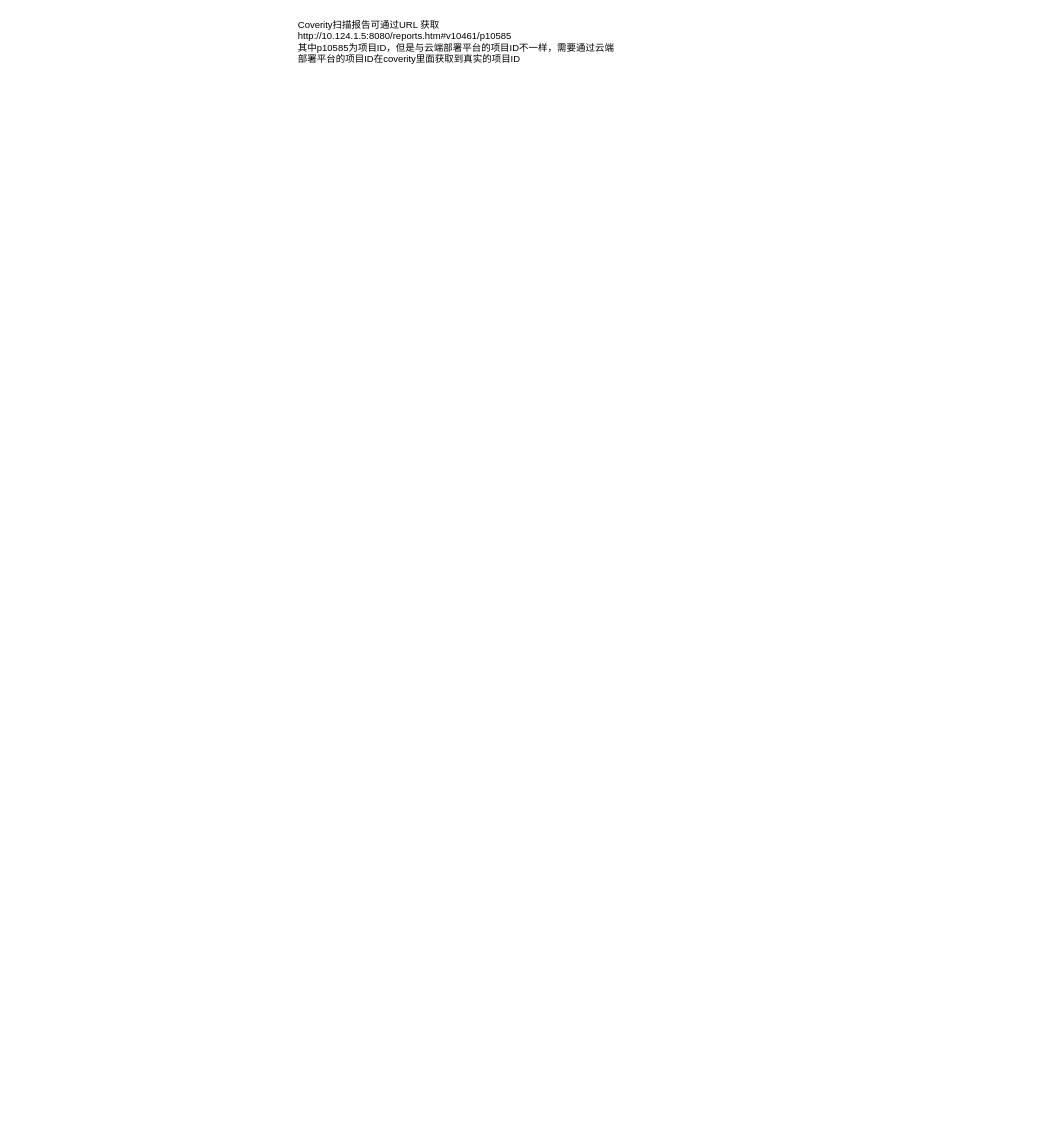
jenkinZhou/online-face keeps this draw.io diagram as 展示corvity报告.drawio. Above is the earlier version. Source tidied: cells renumbered, new cells numbered last; positions are measured from the earlier drawing's top-left corner, leaving out a move shared by most shapes. Both pictures are drawn from the tidied source at 79%, with x=0, y=0 at pixel (296, 13).
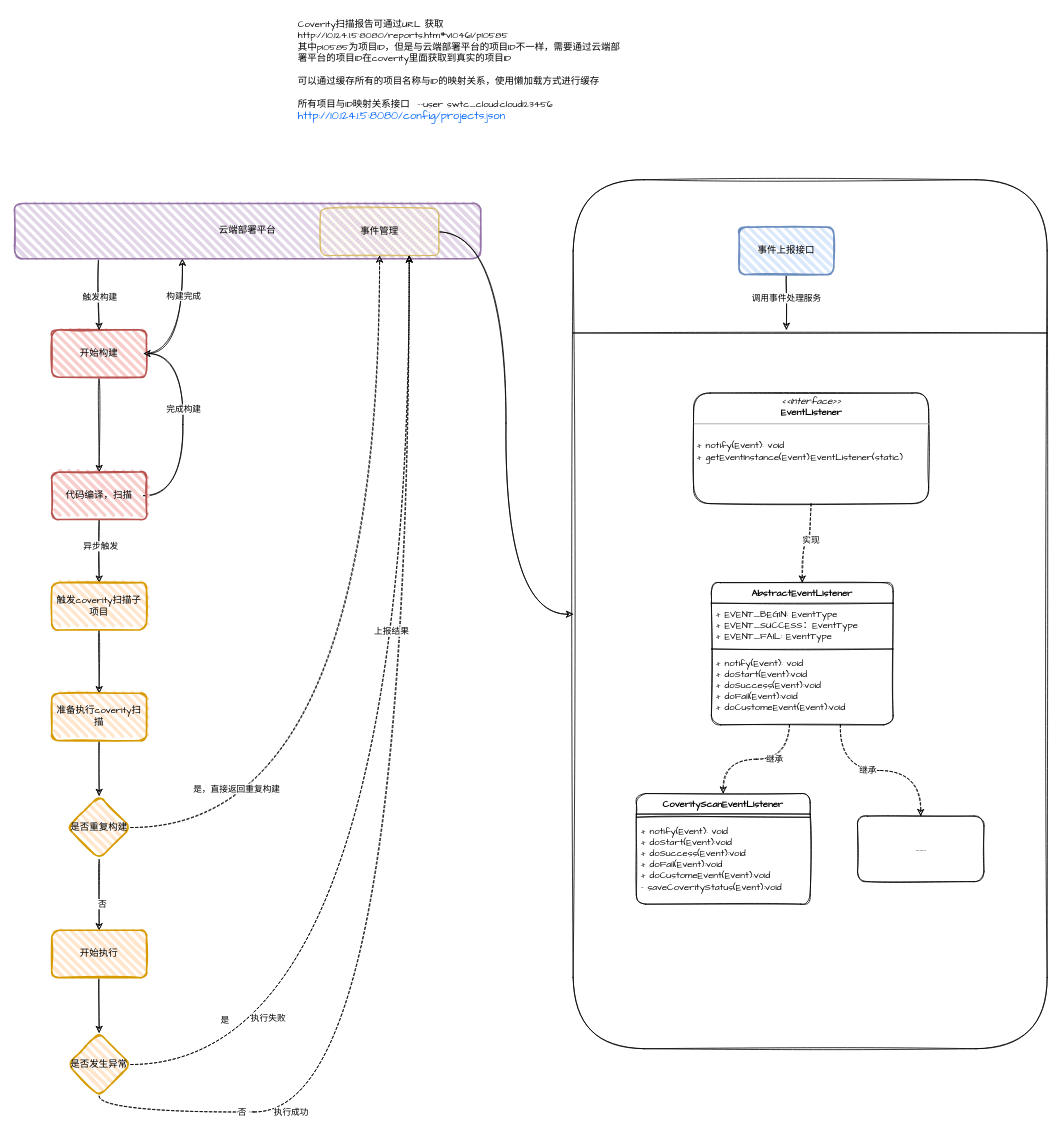
The same diagram, later.

Commit message:
更新展示corvity报告.drawio

Diff of the diagram source:
```diff
@@
-    <mxCell id="2" value="Coverity扫描报告可通过URL 获取&lt;br&gt;http://10.124.1.5:8080/reports.htm#v10461/p10585&lt;br&gt;其中p10585为项目ID，但是与云端部署平台的项目ID不一样，需要通过云端部署平台的项目ID在coverity里面获取到真实的项目ID" style="text;html=1;strokeColor=none;fillColor=none;align=left;verticalAlign=top;whiteSpace=wrap;rounded=0;" parent="1" vertex="1">
+    <mxCell id="2" value="Coverity扫描报告可通过URL 获取&lt;br&gt;http://10.124.1.5:8080/reports.htm#v10461/p10585&lt;br&gt;其中p10585为项目ID，但是与云端部署平台的项目ID不一样，需要通过云端部署平台的项目ID在coverity里面获取到真实的项目ID&lt;br&gt;&lt;br&gt;可以通过缓存所有的项目名称与ID的映射关系，使用懒加载方式进行缓存&lt;br&gt;&lt;br&gt;所有项目与ID映射关系接口&amp;nbsp;&amp;nbsp;--user swtc_cloud:cloud123456&lt;br&gt;&lt;a style=&quot;margin: 0px; padding: 0px; box-sizing: border-box; background-color: rgb(255, 255, 255); font-size: 14px; color: rgb(0, 102, 255);&quot; target=&quot;_blank&quot;&gt;http://10.124.1.5:8080/config/projects.json&lt;br&gt;&lt;br&gt;&lt;/a&gt;" style="text;html=1;strokeColor=none;fillColor=none;align=left;verticalAlign=top;whiteSpace=wrap;rounded=1;fontFamily=Comic Sans MS;sketch=1;" parent="1" vertex="1">
       <mxGeometry width="410" height="160" as="geometry" />
     </mxCell>
+    <mxCell id="3" style="edgeStyle=orthogonalEdgeStyle;rounded=1;jettySize=auto;html=1;fontFamily=Comic Sans MS;sketch=1;curved=1;" parent="1" edge="1" source="6" target="11">
+      <mxGeometry relative="1" as="geometry" />
+    </mxCell>
+    <mxCell id="4" style="edgeStyle=orthogonalEdgeStyle;rounded=1;jettySize=auto;html=1;exitX=1;exitY=0.5;exitDx=0;exitDy=0;entryX=0.36;entryY=1;entryDx=0;entryDy=0;entryPerimeter=0;fontFamily=Comic Sans MS;sketch=1;curved=1;" parent="1" edge="1" source="6" target="16">
+      <mxGeometry relative="1" as="geometry" />
+    </mxCell>
+    <mxCell id="5" value="构建完成" style="edgeLabel;html=1;align=center;verticalAlign=middle;fontFamily=Comic Sans MS;rounded=1;sketch=1;" parent="4" vertex="1">
+      <mxGeometry x="0.44" y="-1" relative="1" as="geometry" />
+    </mxCell>
+    <mxCell id="6" value="开始构建" style="rounded=1;whiteSpace=wrap;html=1;strokeWidth=2;fillWeight=4;hachureGap=8;hachureAngle=45;fillColor=#f8cecc;sketch=1;strokeColor=#b85450;fontFamily=Comic Sans MS;" parent="1" vertex="1">
+      <mxGeometry x="-310" y="400" width="120" height="60" as="geometry" />
+    </mxCell>
+    <mxCell id="7" style="edgeStyle=orthogonalEdgeStyle;rounded=1;jettySize=auto;html=1;fontFamily=Comic Sans MS;sketch=1;curved=1;" parent="1" edge="1" source="11" target="13">
+      <mxGeometry relative="1" as="geometry">
+        <Array as="points">
+          <mxPoint x="-250" y="670" />
+          <mxPoint x="-250" y="670" />
+        </Array>
+      </mxGeometry>
+    </mxCell>
+    <mxCell id="8" value="异步触发" style="edgeLabel;html=1;align=center;verticalAlign=middle;fontFamily=Comic Sans MS;rounded=1;sketch=1;" parent="7" vertex="1">
+      <mxGeometry x="-0.18" y="1" relative="1" as="geometry" />
+    </mxCell>
+    <mxCell id="9" style="edgeStyle=orthogonalEdgeStyle;rounded=1;orthogonalLoop=1;jettySize=auto;html=1;exitX=1;exitY=0.5;exitDx=0;exitDy=0;entryX=1;entryY=0.5;entryDx=0;entryDy=0;fontFamily=Comic Sans MS;sketch=1;curved=1;" parent="1" edge="1">
+      <mxGeometry relative="1" as="geometry">
+        <mxPoint x="-194" y="610" as="sourcePoint" />
+        <mxPoint x="-194" y="430" as="targetPoint" />
+        <Array as="points">
+          <mxPoint x="-144" y="610" />
+          <mxPoint x="-144" y="430" />
+        </Array>
+      </mxGeometry>
+    </mxCell>
+    <mxCell id="10" value="完成构建" style="edgeLabel;html=1;align=center;verticalAlign=middle;fontFamily=Comic Sans MS;rounded=1;sketch=1;" parent="9" vertex="1">
+      <mxGeometry x="0.14" relative="1" as="geometry" />
+    </mxCell>
+    <mxCell id="11" value="代码编译，扫描" style="rounded=1;whiteSpace=wrap;html=1;strokeWidth=2;fillWeight=4;hachureGap=8;hachureAngle=45;fillColor=#f8cecc;sketch=1;strokeColor=#b85450;fontFamily=Comic Sans MS;" parent="1" vertex="1">
+      <mxGeometry x="-310" y="580" width="120" height="60" as="geometry" />
+    </mxCell>
+    <mxCell id="12" style="edgeStyle=orthogonalEdgeStyle;rounded=1;jettySize=auto;html=1;fontFamily=Comic Sans MS;sketch=1;curved=1;" parent="1" edge="1" source="13" target="20">
+      <mxGeometry relative="1" as="geometry" />
+    </mxCell>
+    <mxCell id="13" value="触发coverity扫描子项目" style="whiteSpace=wrap;html=1;fillColor=#ffe6cc;strokeColor=#d79b00;rounded=1;strokeWidth=2;fillWeight=4;hachureGap=8;hachureAngle=45;sketch=1;fontFamily=Comic Sans MS;" parent="1" vertex="1">
+      <mxGeometry x="-310" y="720" width="120" height="60" as="geometry" />
+    </mxCell>
+    <mxCell id="14" style="edgeStyle=orthogonalEdgeStyle;rounded=1;jettySize=auto;html=1;exitX=0.18;exitY=1;exitDx=0;exitDy=0;exitPerimeter=0;entryX=0.5;entryY=0;entryDx=0;entryDy=0;fontFamily=Comic Sans MS;sketch=1;curved=1;" parent="1" edge="1" source="16" target="6">
+      <mxGeometry relative="1" as="geometry" />
+    </mxCell>
+    <mxCell id="15" value="触发构建" style="edgeLabel;html=1;align=center;verticalAlign=middle;fontFamily=Comic Sans MS;rounded=1;sketch=1;" parent="14" vertex="1">
+      <mxGeometry x="0.09" relative="1" as="geometry" />
+    </mxCell>
+    <mxCell id="16" value="云端部署平台" style="rounded=1;whiteSpace=wrap;html=1;strokeWidth=2;fillWeight=4;hachureGap=8;hachureAngle=45;fillColor=#e1d5e7;sketch=1;strokeColor=#9673a6;points=[[0,0,0,0,0],[0,0.26,0,0,0],[0,0.5,0,0,0],[0,0.74,0,0,0],[0,1,0,0,0],[0.09,1,0,0,0],[0.18,1,0,0,0],[0.25,0,0,0,0],[0.25,1,0,0,0],[0.27,1,0,0,0],[0.36,1,0,0,0],[0.45,1,0,0,0],[0.5,0,0,0,0],[0.5,1,0,0,0],[0.55,1,0,0,0],[0.64,1,0,0,0],[0.73,1,0,0,0],[0.75,0,0,0,0],[0.75,1,0,0,0],[0.82,1,0,0,0],[0.91,1,0,0,0],[1,0,0,0,0],[1,0.26,0,0,0],[1,0.5,0,0,0],[1,0.76,0,0,0],[1,1,0,0,0]];fontFamily=Comic Sans MS;" parent="1" vertex="1">
+      <mxGeometry x="-357" y="240" width="590" height="70" as="geometry" />
+    </mxCell>
+    <mxCell id="17" style="edgeStyle=orthogonalEdgeStyle;rounded=1;jettySize=auto;html=1;exitX=1;exitY=0.5;exitDx=0;exitDy=0;entryX=0;entryY=0.5;entryDx=0;entryDy=0;fontFamily=Comic Sans MS;sketch=1;curved=1;" parent="1" edge="1" source="18" target="36">
+      <mxGeometry relative="1" as="geometry" />
+    </mxCell>
+    <mxCell id="18" value="事件管理" style="rounded=1;whiteSpace=wrap;html=1;fillColor=#fff2cc;strokeColor=#d6b656;fontFamily=Comic Sans MS;sketch=1;" parent="1" vertex="1">
+      <mxGeometry x="30" y="246" width="150" height="60" as="geometry" />
+    </mxCell>
+    <mxCell id="19" style="edgeStyle=orthogonalEdgeStyle;rounded=1;jettySize=auto;html=1;fontFamily=Comic Sans MS;sketch=1;curved=1;" parent="1" edge="1" source="20" target="25">
+      <mxGeometry relative="1" as="geometry" />
+    </mxCell>
+    <mxCell id="20" value="准备执行coverity扫描" style="whiteSpace=wrap;html=1;fillColor=#ffe6cc;strokeColor=#d79b00;rounded=1;strokeWidth=2;fillWeight=4;hachureGap=8;hachureAngle=45;sketch=1;fontFamily=Comic Sans MS;" parent="1" vertex="1">
+      <mxGeometry x="-310" y="860" width="120" height="60" as="geometry" />
+    </mxCell>
+    <mxCell id="21" style="edgeStyle=orthogonalEdgeStyle;rounded=1;jettySize=auto;html=1;fontFamily=Comic Sans MS;sketch=1;curved=1;" parent="1" edge="1" source="25" target="27">
+      <mxGeometry relative="1" as="geometry" />
+    </mxCell>
+    <mxCell id="22" value="否" style="edgeLabel;html=1;align=center;verticalAlign=middle;fontFamily=Comic Sans MS;rounded=1;sketch=1;" parent="21" vertex="1">
+      <mxGeometry x="0.25" y="3" relative="1" as="geometry" />
+    </mxCell>
+    <mxCell id="23" style="edgeStyle=orthogonalEdgeStyle;rounded=1;jettySize=auto;html=1;exitX=1;exitY=0.5;exitDx=0;exitDy=0;dashed=1;fontFamily=Comic Sans MS;sketch=1;curved=1;" parent="1" edge="1" source="25" target="18">
+      <mxGeometry relative="1" as="geometry" />
+    </mxCell>
+    <mxCell id="24" value="是，直接返回重复构建" style="edgeLabel;html=1;align=center;verticalAlign=middle;fontFamily=Comic Sans MS;rounded=1;sketch=1;" parent="23" vertex="1">
+      <mxGeometry x="-0.74" y="4" relative="1" as="geometry">
+        <mxPoint x="-2" y="-46" as="offset" />
+      </mxGeometry>
+    </mxCell>
+    <mxCell id="25" value="是否重复构建" style="rhombus;whiteSpace=wrap;html=1;fillColor=#ffe6cc;strokeColor=#d79b00;rounded=1;strokeWidth=2;fillWeight=4;hachureGap=8;hachureAngle=45;sketch=1;fontFamily=Comic Sans MS;" parent="1" vertex="1">
+      <mxGeometry x="-290" y="990" width="80" height="80" as="geometry" />
+    </mxCell>
+    <mxCell id="26" style="edgeStyle=orthogonalEdgeStyle;rounded=1;jettySize=auto;html=1;fontFamily=Comic Sans MS;sketch=1;curved=1;" parent="1" edge="1" source="27" target="35">
+      <mxGeometry relative="1" as="geometry" />
+    </mxCell>
+    <mxCell id="27" value="开始执行" style="whiteSpace=wrap;html=1;fillColor=#ffe6cc;strokeColor=#d79b00;rounded=1;strokeWidth=2;fillWeight=4;hachureGap=8;hachureAngle=45;sketch=1;fontFamily=Comic Sans MS;" parent="1" vertex="1">
+      <mxGeometry x="-310" y="1160" width="120" height="60" as="geometry" />
+    </mxCell>
+    <mxCell id="28" style="edgeStyle=orthogonalEdgeStyle;rounded=1;jettySize=auto;html=1;exitX=1;exitY=0.5;exitDx=0;exitDy=0;entryX=0.75;entryY=1;entryDx=0;entryDy=0;dashed=1;fontFamily=Comic Sans MS;sketch=1;curved=1;" parent="1" edge="1" source="35" target="18">
+      <mxGeometry relative="1" as="geometry" />
+    </mxCell>
+    <mxCell id="29" value="是" style="edgeLabel;html=1;align=center;verticalAlign=middle;fontFamily=Comic Sans MS;rounded=1;sketch=1;" parent="28" vertex="1">
+      <mxGeometry x="-0.8" y="1" relative="1" as="geometry">
+        <mxPoint x="-20" y="-56" as="offset" />
+      </mxGeometry>
+    </mxCell>
+    <mxCell id="30" value="执行失败" style="edgeLabel;html=1;align=center;verticalAlign=middle;fontFamily=Comic Sans MS;rounded=1;sketch=1;" parent="28" vertex="1">
+      <mxGeometry x="-0.72" y="4" relative="1" as="geometry">
+        <mxPoint x="-20" y="-56" as="offset" />
+      </mxGeometry>
+    </mxCell>
+    <mxCell id="31" style="edgeStyle=orthogonalEdgeStyle;rounded=1;jettySize=auto;html=1;exitX=0.5;exitY=1;exitDx=0;exitDy=0;entryX=0.75;entryY=1;entryDx=0;entryDy=0;dashed=1;fontFamily=Comic Sans MS;sketch=1;curved=1;" parent="1" edge="1" source="35" target="18">
+      <mxGeometry relative="1" as="geometry" />
+    </mxCell>
+    <mxCell id="32" value="否&amp;nbsp;" style="edgeLabel;html=1;align=center;verticalAlign=middle;fontFamily=Comic Sans MS;rounded=1;sketch=1;" parent="31" vertex="1">
+      <mxGeometry x="-0.73" relative="1" as="geometry" />
+    </mxCell>
+    <mxCell id="33" value="上报结果" style="edgeLabel;html=1;align=center;verticalAlign=middle;fontFamily=Comic Sans MS;rounded=1;sketch=1;" parent="31" vertex="1">
+      <mxGeometry x="-0.03" relative="1" as="geometry">
+        <mxPoint x="-23" y="-295" as="offset" />
+      </mxGeometry>
+    </mxCell>
+    <mxCell id="34" value="执行成功" style="edgeLabel;html=1;align=center;verticalAlign=middle;fontFamily=Comic Sans MS;rounded=1;sketch=1;" parent="31" vertex="1">
+      <mxGeometry x="-0.65" y="1" relative="1" as="geometry" />
+    </mxCell>
+    <mxCell id="35" value="是否发生异常" style="rhombus;whiteSpace=wrap;html=1;fillColor=#ffe6cc;strokeColor=#d79b00;rounded=1;strokeWidth=2;fillWeight=4;hachureGap=8;hachureAngle=45;sketch=1;fontFamily=Comic Sans MS;" parent="1" vertex="1">
+      <mxGeometry x="-290" y="1290" width="80" height="80" as="geometry" />
+    </mxCell>
+    <mxCell id="36" style="rounded=1;whiteSpace=wrap;html=1;fontFamily=Comic Sans MS;sketch=1;" parent="1" vertex="1">
+      <mxGeometry x="350" y="210" width="600" height="1100" as="geometry" />
+    </mxCell>
+    <mxCell id="37" style="edgeStyle=orthogonalEdgeStyle;rounded=1;jettySize=auto;html=1;exitX=0.5;exitY=1;exitDx=0;exitDy=0;entryX=0.45;entryY=0;entryDx=0;entryDy=0;entryPerimeter=0;fontFamily=Comic Sans MS;sketch=1;curved=1;" parent="1" edge="1" source="39" target="55">
+      <mxGeometry relative="1" as="geometry" />
+    </mxCell>
+    <mxCell id="38" value="调用事件处理服务" style="edgeLabel;html=1;align=center;verticalAlign=middle;fontFamily=Comic Sans MS;rounded=1;sketch=1;" parent="37" vertex="1">
+      <mxGeometry x="-0.16" y="-1" relative="1" as="geometry" />
+    </mxCell>
+    <mxCell id="39" value="事件上报接口" style="rounded=1;whiteSpace=wrap;html=1;strokeWidth=2;fillWeight=4;hachureGap=8;hachureAngle=45;fillColor=#dae8fc;sketch=1;strokeColor=#6c8ebf;fontFamily=Comic Sans MS;" parent="1" vertex="1">
+      <mxGeometry x="560" y="270" width="120" height="60" as="geometry" />
+    </mxCell>
+    <mxCell id="40" value="AbstractEventListener" style="swimlane;fontStyle=1;align=center;verticalAlign=top;horizontal=1;startSize=26;fontFamily=Comic Sans MS;rounded=1;sketch=1;" parent="1" vertex="1">
+      <mxGeometry x="525" y="720" width="230" height="180" as="geometry" />
+    </mxCell>
+    <mxCell id="41" value="+ EVENT_BEGIN: EventType&#10;+ EVENT_SUCCESS：EventType&#10;+ EVENT_FAIL: EventType&#10;" style="text;strokeColor=none;fillColor=none;align=left;verticalAlign=top;spacingLeft=4;spacingRight=4;overflow=hidden;fontFamily=Comic Sans MS;rounded=1;sketch=1;" parent="40" vertex="1">
+      <mxGeometry y="26" width="230" height="54" as="geometry" />
+    </mxCell>
+    <mxCell id="42" style="line;strokeWidth=1;fillColor=none;align=left;verticalAlign=middle;spacingTop=-1;spacingLeft=3;spacingRight=3;labelPosition=right;fontFamily=Comic Sans MS;rounded=1;sketch=1;" parent="40" vertex="1">
+      <mxGeometry y="80" width="230" height="8" as="geometry" />
+    </mxCell>
+    <mxCell id="43" value="+ notify(Event): void&#10;+ doStart(Event):void&#10;+ doSuccess(Event):void&#10;+ doFail(Event):void&#10;+ doCustomeEvent(Event):void" style="text;strokeColor=none;fillColor=none;align=left;verticalAlign=top;spacingLeft=4;spacingRight=4;overflow=hidden;points=[[0,0.5,0,0,0],[0.14,1,0,0,0],[0.29,1,0,0,0],[0.43,1,0,0,0],[0.57,1,0,0,0],[0.71,1,0,0,0],[0.86,1,0,0,0],[1,0.5,0,0,0]];portConstraint=eastwest;fontFamily=Comic Sans MS;rounded=1;sketch=1;" parent="40" vertex="1">
+      <mxGeometry y="88" width="230" height="92" as="geometry" />
+    </mxCell>
+    <mxCell id="44" style="edgeStyle=orthogonalEdgeStyle;rounded=1;jettySize=auto;html=1;exitX=0.5;exitY=1;exitDx=0;exitDy=0;entryX=0.5;entryY=0;entryDx=0;entryDy=0;dashed=1;fontFamily=Comic Sans MS;sketch=1;curved=1;" parent="1" edge="1" source="46" target="40">
+      <mxGeometry relative="1" as="geometry" />
+    </mxCell>
+    <mxCell id="45" value="实现" style="edgeLabel;html=1;align=center;verticalAlign=middle;fontFamily=Comic Sans MS;rounded=1;sketch=1;" parent="44" vertex="1">
+      <mxGeometry x="-0.19" y="-1" relative="1" as="geometry" />
+    </mxCell>
+    <mxCell id="46" value="&lt;p style=&quot;margin:0px;margin-top:4px;text-align:center;&quot;&gt;&lt;i&gt;&amp;lt;&amp;lt;Interface&amp;gt;&amp;gt;&lt;/i&gt;&lt;br&gt;&lt;b&gt;EventListener&lt;/b&gt;&lt;/p&gt;&lt;hr size=&quot;1&quot;&gt;&lt;p style=&quot;margin:0px;margin-left:4px;&quot;&gt;&lt;br&gt;&lt;/p&gt;&lt;p style=&quot;margin:0px;margin-left:4px;&quot;&gt;+ notify(Event): void&lt;/p&gt;&lt;p style=&quot;margin:0px;margin-left:4px;&quot;&gt;+ getEventInstance(Event):EventListener(static)&lt;br&gt;&lt;br&gt;&lt;/p&gt;" style="verticalAlign=top;align=left;overflow=fill;fontSize=12;fontFamily=Comic Sans MS;html=1;rounded=1;sketch=1;" parent="1" vertex="1">
+      <mxGeometry x="502.5" y="480" width="297.5" height="140" as="geometry" />
+    </mxCell>
+    <mxCell id="47" value="CoverityScanEventListener" style="swimlane;fontStyle=1;align=center;verticalAlign=top;horizontal=1;startSize=26;fontFamily=Comic Sans MS;rounded=1;sketch=1;" parent="1" vertex="1">
+      <mxGeometry x="430" y="987" width="220" height="140" as="geometry" />
+    </mxCell>
+    <mxCell id="48" style="line;strokeWidth=1;fillColor=none;align=left;verticalAlign=middle;spacingTop=-1;spacingLeft=3;spacingRight=3;labelPosition=right;fontFamily=Comic Sans MS;rounded=1;sketch=1;" parent="47" vertex="1">
+      <mxGeometry y="26" width="220" height="8" as="geometry" />
+    </mxCell>
+    <mxCell id="49" value="+ notify(Event): void&#10;+ doStart(Event):void&#10;+ doSuccess(Event):void&#10;+ doFail(Event):void&#10;+ doCustomeEvent(Event):void&#10;- saveCoverityStatus(Event):void" style="text;strokeColor=none;fillColor=none;align=left;verticalAlign=top;spacingLeft=4;spacingRight=4;overflow=hidden;fontFamily=Comic Sans MS;rounded=1;sketch=1;" parent="47" vertex="1">
+      <mxGeometry y="34" width="220" height="106" as="geometry" />
+    </mxCell>
+    <mxCell id="50" style="edgeStyle=orthogonalEdgeStyle;rounded=1;jettySize=auto;html=1;exitX=0.43;exitY=1;exitDx=0;exitDy=0;exitPerimeter=0;entryX=0.5;entryY=0;entryDx=0;entryDy=0;dashed=1;fontFamily=Comic Sans MS;sketch=1;curved=1;" parent="1" edge="1" source="43" target="47">
+      <mxGeometry relative="1" as="geometry" />
+    </mxCell>
+    <mxCell id="51" value="继承" style="edgeLabel;html=1;align=center;verticalAlign=middle;fontFamily=Comic Sans MS;rounded=1;sketch=1;" parent="50" vertex="1">
+      <mxGeometry x="-0.26" relative="1" as="geometry" />
+    </mxCell>
+    <mxCell id="52" value="........" style="html=1;fontFamily=Comic Sans MS;rounded=1;sketch=1;" parent="1" vertex="1">
+      <mxGeometry x="710" y="1015.5" width="160" height="83" as="geometry" />
+    </mxCell>
+    <mxCell id="53" style="edgeStyle=orthogonalEdgeStyle;rounded=1;jettySize=auto;html=1;exitX=0.71;exitY=1;exitDx=0;exitDy=0;exitPerimeter=0;entryX=0.5;entryY=0;entryDx=0;entryDy=0;dashed=1;fontFamily=Comic Sans MS;sketch=1;curved=1;" parent="1" edge="1" source="43" target="52">
+      <mxGeometry relative="1" as="geometry" />
+    </mxCell>
+    <mxCell id="54" value="继承" style="edgeLabel;html=1;align=center;verticalAlign=middle;fontFamily=Comic Sans MS;rounded=1;sketch=1;" parent="53" vertex="1">
+      <mxGeometry x="-0.15" relative="1" as="geometry" />
+    </mxCell>
+    <mxCell id="55" style="line;strokeWidth=1;fillColor=none;align=left;verticalAlign=middle;spacingTop=-1;spacingLeft=3;spacingRight=3;labelPosition=right;points=[[0.09,0,0,0,0],[0.18,0,0,0,0],[0.27,0,0,0,0],[0.36,0,0,0,0],[0.45,0,0,0,0],[0.55,0,0,0,0],[0.64,0,0,0,0],[0.73,0,0,0,0],[0.82,0,0,0,0],[0.91,0,0,0,0]];portConstraint=eastwest;fontFamily=Comic Sans MS;rounded=1;sketch=1;" parent="1" vertex="1">
+      <mxGeometry x="350" y="400" width="600" height="8" as="geometry" />
+    </mxCell>
```
